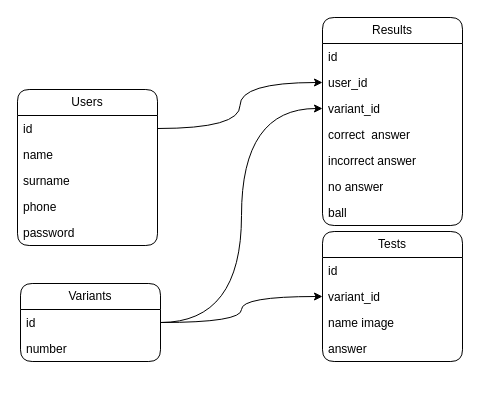
Before: GRE.drawio in MardonAslonov/DrawIo, a draw.io diagram. Source tidied: cells renumbered, new cells numbered last; positions are measured from the earlier drawing's top-left corner, leaving out a move shared by most shapes. Both pictures are drawn from the tidied source at 100%, with x=0, y=0 at pixel (17, 17).
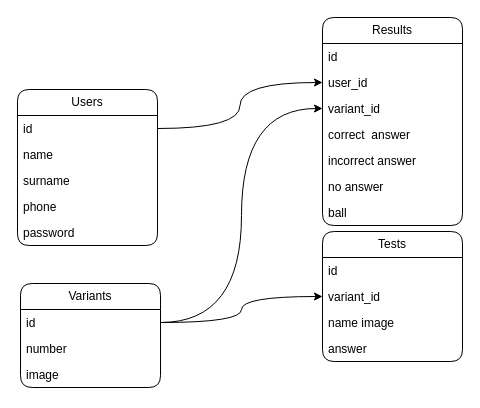
Above is the later version.

The edit, as a diff of the source:
```diff
@@
     <mxCell id="22" value="Variants" style="swimlane;fontStyle=0;horizontal=1;startSize=26;fillColor=none;whiteSpace=wrap;html=1;rounded=1;" parent="1" vertex="1">
-      <mxGeometry x="3" y="266" width="140" height="78" as="geometry" />
+      <mxGeometry x="3" y="266" width="140" height="104" as="geometry" />
     </mxCell>
@@
+    <mxCell id="27" value="image" style="text;strokeColor=none;fillColor=none;align=left;verticalAlign=top;spacingLeft=4;spacingRight=4;overflow=hidden;whiteSpace=wrap;html=1;" parent="22" vertex="1">
+      <mxGeometry y="78" width="140" height="26" as="geometry" />
+    </mxCell>
```
